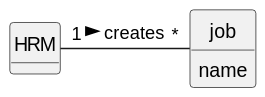
This is docs/sprintA/us002/02.analysis/svg/us002-domain-model.svg from Departamento-de-Engenharia-Informatica/lei-24-s2-1do-g164, a PlantUML export, as it was before one commit.
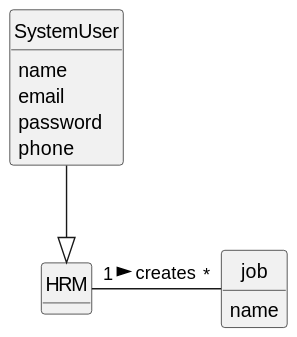
The same diagram one commit later.

What changed in the source:
```diff
@@ -10,6 +10,13 @@
 hide methods
 
 
+class SystemUser {
+    name
+    email
+    password
+    phone
+
+}
 class job
  {
    name
@@ -22,4 +29,5 @@
 
 
 HRM "1" - "*" job: creates  >
+SystemUser --|> HRM
 @enduml
```
